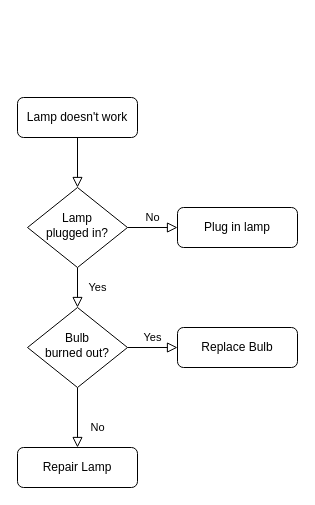
Earlier version of the draw.io diagram Diagrama sin título.drawio (ciamol/diagrams). Source tidied: cells renumbered, new cells numbered last; positions are measured from the earlier drawing's top-left corner, leaving out a move shared by most shapes. Both pictures are drawn from the tidied source at 100%, with x=0, y=0 at pixel (17, 97).
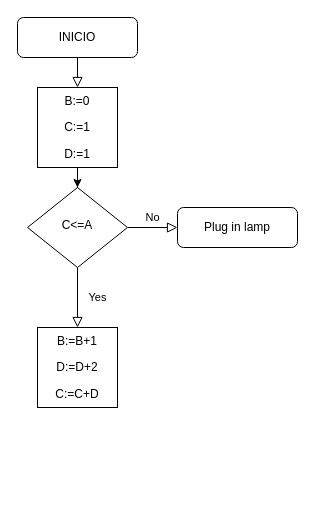
The same page after the edit.

Change to the diagram source:
```diff
@@
 <mxGraphModel>
   <root>
     <mxCell id="0" />
     <mxCell id="1" parent="0" />
-    <mxCell id="2" style="rounded=0;html=1;jettySize=auto;fontSize=11;endArrow=block;endFill=0;endSize=8;strokeWidth=1;shadow=0;labelBackgroundColor=none;edgeStyle=orthogonalEdgeStyle;" parent="1" edge="1" source="3" target="6">
+    <mxCell id="2" style="rounded=0;html=1;jettySize=auto;fontSize=11;endArrow=block;endFill=0;endSize=8;strokeWidth=1;shadow=0;labelBackgroundColor=none;edgeStyle=orthogonalEdgeStyle;" parent="1" edge="1" source="3" target="14">
       <mxGeometry relative="1" as="geometry" />
     </mxCell>
-    <mxCell id="3" value="Lamp doesn't work" style="rounded=1;whiteSpace=wrap;html=1;fontSize=12;glass=0;strokeWidth=1;shadow=0;" parent="1" vertex="1">
-      <mxGeometry width="120" height="40" as="geometry" />
+    <mxCell id="3" value="INICIO" style="rounded=1;whiteSpace=wrap;html=1;fontSize=12;glass=0;strokeWidth=1;shadow=0;" parent="1" vertex="1">
+      <mxGeometry y="-80" width="120" height="40" as="geometry" />
     </mxCell>
-    <mxCell id="4" value="Yes" style="rounded=0;html=1;jettySize=auto;fontSize=11;endArrow=block;endFill=0;endSize=8;strokeWidth=1;shadow=0;labelBackgroundColor=none;edgeStyle=orthogonalEdgeStyle;" parent="1" edge="1" source="6" target="10">
+    <mxCell id="4" value="Yes" style="rounded=0;html=1;jettySize=auto;fontSize=11;endArrow=block;endFill=0;endSize=8;strokeWidth=1;shadow=0;labelBackgroundColor=none;edgeStyle=orthogonalEdgeStyle;" parent="1" edge="1" source="6" target="15">
       <mxGeometry y="20" relative="1" as="geometry" />
     </mxCell>
     <mxCell id="5" value="No" style="edgeStyle=orthogonalEdgeStyle;rounded=0;html=1;jettySize=auto;fontSize=11;endArrow=block;endFill=0;endSize=8;strokeWidth=1;shadow=0;labelBackgroundColor=none;" parent="1" edge="1" source="6" target="7">
       <mxGeometry y="10" relative="1" as="geometry" />
     </mxCell>
-    <mxCell id="6" value="Lamp&lt;br&gt;plugged in?" style="rhombus;whiteSpace=wrap;html=1;shadow=0;fontFamily=Helvetica;fontSize=12;align=center;strokeWidth=1;spacing=6;spacingTop=-4;" parent="1" vertex="1">
+    <mxCell id="6" value="C&amp;lt;=A" style="rhombus;whiteSpace=wrap;html=1;shadow=0;fontFamily=Helvetica;fontSize=12;align=center;strokeWidth=1;spacing=6;spacingTop=-4;" parent="1" vertex="1">
       <mxGeometry x="10" y="90" width="100" height="80" as="geometry" />
     </mxCell>
     <mxCell id="7" value="Plug in lamp" style="rounded=1;whiteSpace=wrap;html=1;fontSize=12;glass=0;strokeWidth=1;shadow=0;" parent="1" vertex="1">
       <mxGeometry x="160" y="110" width="120" height="40" as="geometry" />
     </mxCell>
-    <mxCell id="8" value="No" style="rounded=0;html=1;jettySize=auto;fontSize=11;endArrow=block;endFill=0;endSize=8;strokeWidth=1;shadow=0;labelBackgroundColor=none;edgeStyle=orthogonalEdgeStyle;" parent="1" edge="1" source="10" target="11">
-      <mxGeometry x="0.33" y="20" relative="1" as="geometry" />
-    </mxCell>
-    <mxCell id="9" value="Yes" style="edgeStyle=orthogonalEdgeStyle;rounded=0;html=1;jettySize=auto;fontSize=11;endArrow=block;endFill=0;endSize=8;strokeWidth=1;shadow=0;labelBackgroundColor=none;" parent="1" edge="1" source="10" target="12">
-      <mxGeometry y="10" relative="1" as="geometry" />
-    </mxCell>
-    <mxCell id="10" value="Bulb&lt;br&gt;burned out?" style="rhombus;whiteSpace=wrap;html=1;shadow=0;fontFamily=Helvetica;fontSize=12;align=center;strokeWidth=1;spacing=6;spacingTop=-4;" parent="1" vertex="1">
-      <mxGeometry x="10" y="210" width="100" height="80" as="geometry" />
-    </mxCell>
-    <mxCell id="11" value="Repair Lamp" style="rounded=1;whiteSpace=wrap;html=1;fontSize=12;glass=0;strokeWidth=1;shadow=0;" parent="1" vertex="1">
-      <mxGeometry y="350" width="120" height="40" as="geometry" />
-    </mxCell>
-    <mxCell id="12" value="Replace Bulb" style="rounded=1;whiteSpace=wrap;html=1;fontSize=12;glass=0;strokeWidth=1;shadow=0;" parent="1" vertex="1">
-      <mxGeometry x="160" y="230" width="120" height="40" as="geometry" />
-    </mxCell>
+    <mxCell id="13" style="edgeStyle=orthogonalEdgeStyle;rounded=0;jettySize=auto;html=1;" parent="1" edge="1" source="14" target="6">
+      <mxGeometry relative="1" as="geometry" />
+    </mxCell>
+    <mxCell id="14" value="&lt;p class=&quot;MsoNormal&quot;&gt;B:=0&lt;/p&gt;C:=1&lt;br&gt;&lt;p class=&quot;MsoNormal&quot;&gt;D:=1&lt;/p&gt;" style="whiteSpace=wrap;html=1;" parent="1" vertex="1">
+      <mxGeometry x="20" y="-10" width="80" height="80" as="geometry" />
+    </mxCell>
+    <mxCell id="15" value="&lt;p class=&quot;MsoNormal&quot;&gt;B:=B+1&lt;/p&gt;D:=D+2&lt;br&gt;&lt;p class=&quot;MsoNormal&quot;&gt;C:=C+D&lt;/p&gt;" style="whiteSpace=wrap;html=1;" parent="1" vertex="1">
+      <mxGeometry x="20" y="230" width="80" height="80" as="geometry" />
+    </mxCell>
   </root>
 </mxGraphModel>
```
